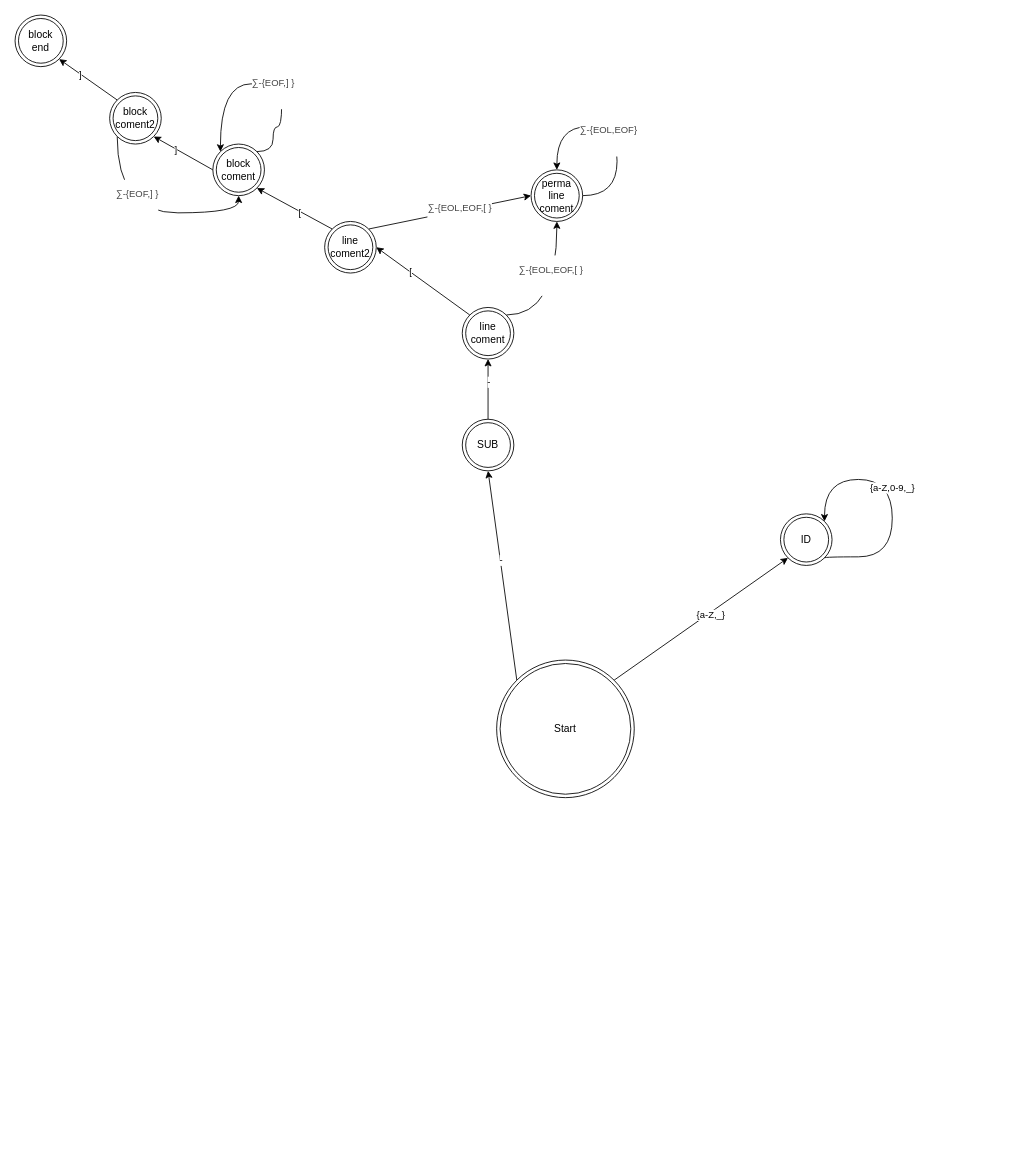
JakubKomar/Prekladac-jazyka-teal keeps this draw.io diagram as doc/scaner.drawio. Above is the earlier version. Source tidied: cells renumbered, new cells numbered last; positions are measured from the earlier drawing's top-left corner, leaving out a move shared by most shapes. Both pictures are drawn from the tidied source at 86%, with x=0, y=0 at pixel (15, 15).
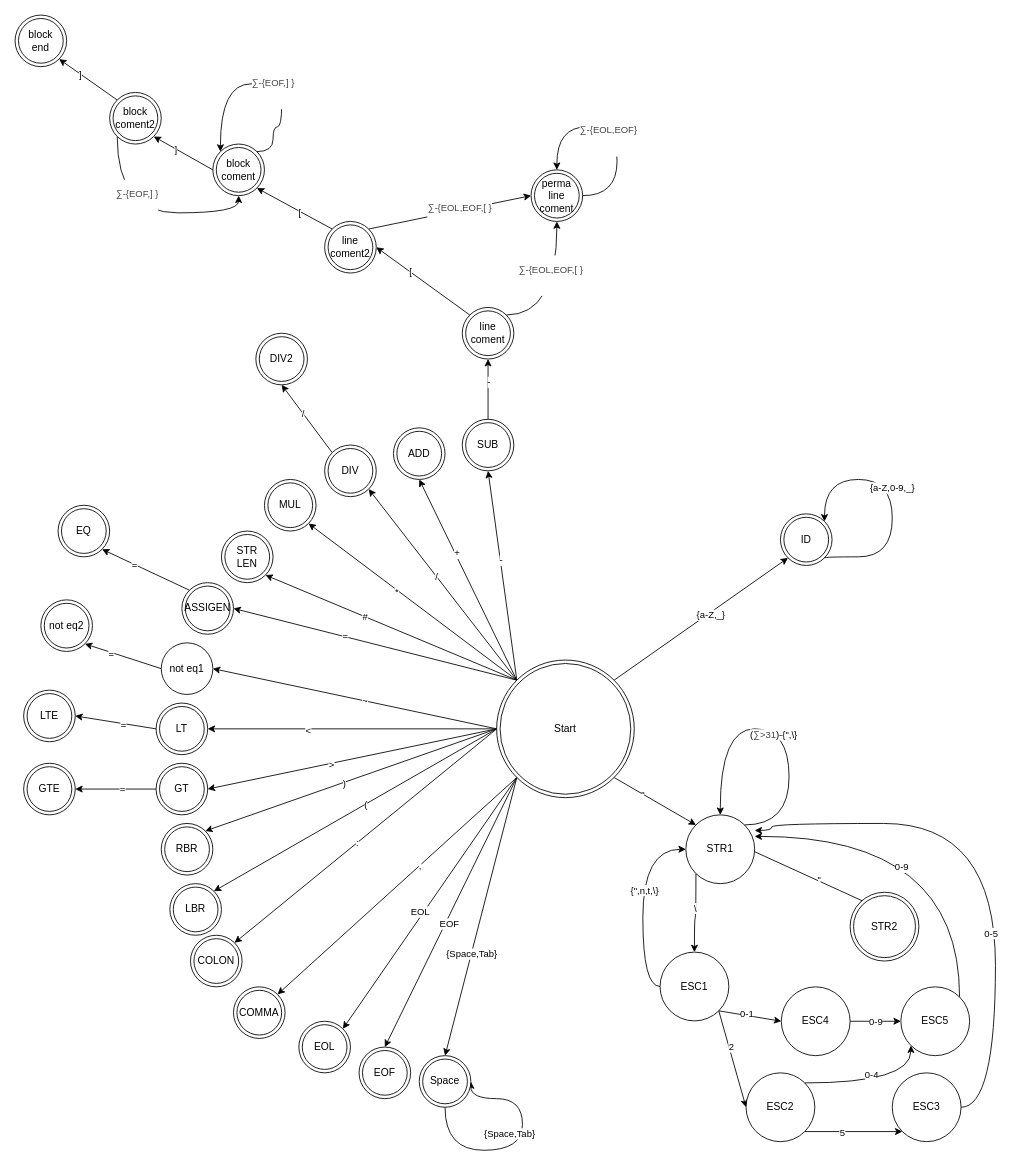
The same page after the edit.

The change refers to these unchanged cells:
```xml
<mxCell id="6" value="Start" style="ellipse;shape=doubleEllipse;whiteSpace=wrap;html=1;" parent="1" vertex="1">
  <mxGeometry x="560" y="750" width="160" height="160" as="geometry" />
</mxCell>
```

The edit, as a diff of the source:
```diff
@@
+    <mxCell id="38" style="edgeStyle=none;rounded=0;jettySize=auto;html=1;exitX=0;exitY=0;exitDx=0;exitDy=0;entryX=0.5;entryY=1;entryDx=0;entryDy=0;" parent="1" edge="1" source="6" target="71">
+      <mxGeometry relative="1" as="geometry" />
+    </mxCell>
+    <mxCell id="39" value="+" style="edgeLabel;html=1;align=center;verticalAlign=middle;" parent="38" vertex="1">
+      <mxGeometry x="0.26" y="-2" relative="1" as="geometry" />
+    </mxCell>
+    <mxCell id="40" style="edgeStyle=none;rounded=0;jettySize=auto;html=1;exitX=0;exitY=0;exitDx=0;exitDy=0;entryX=1;entryY=1;entryDx=0;entryDy=0;" parent="1" edge="1" source="6" target="74">
+      <mxGeometry relative="1" as="geometry" />
+    </mxCell>
+    <mxCell id="41" value="/" style="edgeLabel;html=1;align=center;verticalAlign=middle;" parent="40" vertex="1">
+      <mxGeometry x="0.09" relative="1" as="geometry" />
+    </mxCell>
+    <mxCell id="42" style="edgeStyle=none;rounded=0;jettySize=auto;html=1;exitX=0;exitY=0;exitDx=0;exitDy=0;entryX=1;entryY=1;entryDx=0;entryDy=0;" parent="1" edge="1" source="6" target="75">
+      <mxGeometry relative="1" as="geometry" />
+    </mxCell>
+    <mxCell id="43" value="*" style="edgeLabel;html=1;align=center;verticalAlign=middle;" parent="42" vertex="1">
+      <mxGeometry x="0.15" y="2" relative="1" as="geometry" />
+    </mxCell>
+    <mxCell id="44" style="edgeStyle=none;rounded=0;jettySize=auto;html=1;exitX=0;exitY=0;exitDx=0;exitDy=0;entryX=1;entryY=1;entryDx=0;entryDy=0;" parent="1" edge="1" source="6" target="76">
+      <mxGeometry relative="1" as="geometry" />
+    </mxCell>
+    <mxCell id="45" style="edgeLabel;html=1;align=center;verticalAlign=middle;" parent="44" vertex="1">
+      <mxGeometry x="0.11" y="1" relative="1" as="geometry" />
+    </mxCell>
+    <mxCell id="46" value="#" style="edgeLabel;html=1;align=center;verticalAlign=middle;" parent="44" vertex="1">
+      <mxGeometry x="0.21" relative="1" as="geometry" />
+    </mxCell>
+    <mxCell id="47" style="edgeStyle=none;rounded=0;jettySize=auto;html=1;exitX=0;exitY=0;exitDx=0;exitDy=0;entryX=1;entryY=0.5;entryDx=0;entryDy=0;" parent="1" edge="1" source="6" target="79">
+      <mxGeometry relative="1" as="geometry" />
+    </mxCell>
+    <mxCell id="48" value="=" style="edgeLabel;html=1;align=center;verticalAlign=middle;" parent="47" vertex="1">
+      <mxGeometry x="0.21" y="-1" relative="1" as="geometry" />
+    </mxCell>
+    <mxCell id="49" style="edgeStyle=none;rounded=0;jettySize=auto;html=1;exitX=0;exitY=0.5;exitDx=0;exitDy=0;entryX=1;entryY=0.5;entryDx=0;entryDy=0;" parent="1" edge="1" source="6" target="83">
+      <mxGeometry relative="1" as="geometry" />
+    </mxCell>
+    <mxCell id="50" value="~" style="edgeLabel;html=1;align=center;verticalAlign=middle;" parent="49" vertex="1">
+      <mxGeometry x="-0.07" relative="1" as="geometry" />
+    </mxCell>
+    <mxCell id="51" style="edgeStyle=none;rounded=0;jettySize=auto;html=1;exitX=0;exitY=0.5;exitDx=0;exitDy=0;entryX=1;entryY=0.5;entryDx=0;entryDy=0;" parent="1" edge="1" source="6" target="87">
+      <mxGeometry relative="1" as="geometry" />
+    </mxCell>
+    <mxCell id="52" value="&amp;lt;" style="edgeLabel;html=1;align=center;verticalAlign=middle;" parent="51" vertex="1">
+      <mxGeometry x="0.31" y="2" relative="1" as="geometry" />
+    </mxCell>
+    <mxCell id="53" style="edgeStyle=none;rounded=0;jettySize=auto;html=1;exitX=0;exitY=0.5;exitDx=0;exitDy=0;entryX=1;entryY=0.5;entryDx=0;entryDy=0;" parent="1" edge="1" source="6" target="90">
+      <mxGeometry relative="1" as="geometry" />
+    </mxCell>
+    <mxCell id="54" value="&amp;gt;" style="edgeLabel;html=1;align=center;verticalAlign=middle;" parent="53" vertex="1">
+      <mxGeometry x="0.15" y="1" relative="1" as="geometry" />
+    </mxCell>
+    <mxCell id="55" style="edgeStyle=none;rounded=0;jettySize=auto;html=1;exitX=0;exitY=0.5;exitDx=0;exitDy=0;entryX=1;entryY=0;entryDx=0;entryDy=0;" parent="1" edge="1" source="6" target="95">
+      <mxGeometry relative="1" as="geometry" />
+    </mxCell>
+    <mxCell id="56" value=")" style="edgeLabel;html=1;align=center;verticalAlign=middle;" parent="55" vertex="1">
+      <mxGeometry x="0.05" y="1" relative="1" as="geometry" />
+    </mxCell>
+    <mxCell id="57" style="edgeStyle=none;rounded=0;jettySize=auto;html=1;exitX=0;exitY=0.5;exitDx=0;exitDy=0;entryX=1;entryY=0;entryDx=0;entryDy=0;" parent="1" edge="1" source="6" target="94">
+      <mxGeometry relative="1" as="geometry" />
+    </mxCell>
+    <mxCell id="58" value="(" style="edgeLabel;html=1;align=center;verticalAlign=middle;" parent="57" vertex="1">
+      <mxGeometry x="-0.07" y="1" relative="1" as="geometry" />
+    </mxCell>
+    <mxCell id="59" style="edgeStyle=none;rounded=0;jettySize=auto;html=1;exitX=0;exitY=0.5;exitDx=0;exitDy=0;entryX=1;entryY=0;entryDx=0;entryDy=0;" parent="1" edge="1" source="6" target="96">
+      <mxGeometry relative="1" as="geometry" />
+    </mxCell>
+    <mxCell id="60" value=":" style="edgeLabel;html=1;align=center;verticalAlign=middle;" parent="59" vertex="1">
+      <mxGeometry x="0.07" relative="1" as="geometry" />
+    </mxCell>
+    <mxCell id="61" style="edgeStyle=none;rounded=0;jettySize=auto;html=1;exitX=0;exitY=1;exitDx=0;exitDy=0;entryX=1;entryY=0;entryDx=0;entryDy=0;" parent="1" edge="1" source="6" target="97">
+      <mxGeometry relative="1" as="geometry" />
+    </mxCell>
+    <mxCell id="62" value="," style="edgeLabel;html=1;align=center;verticalAlign=middle;" parent="61" vertex="1">
+      <mxGeometry x="-0.19" relative="1" as="geometry" />
+    </mxCell>
+    <mxCell id="63" style="edgeStyle=none;rounded=0;jettySize=auto;html=1;exitX=0;exitY=1;exitDx=0;exitDy=0;entryX=1;entryY=0;entryDx=0;entryDy=0;" parent="1" edge="1" source="6" target="98">
+      <mxGeometry relative="1" as="geometry" />
+    </mxCell>
+    <mxCell id="64" value="EOL" style="edgeLabel;html=1;align=center;verticalAlign=middle;" parent="63" vertex="1">
+      <mxGeometry x="0.08" y="-4" relative="1" as="geometry" />
+    </mxCell>
+    <mxCell id="65" style="edgeStyle=none;rounded=0;jettySize=auto;html=1;exitX=0;exitY=1;exitDx=0;exitDy=0;entryX=0.5;entryY=0;entryDx=0;entryDy=0;" parent="1" edge="1" source="6" target="99">
+      <mxGeometry relative="1" as="geometry" />
+    </mxCell>
+    <mxCell id="66" value="EOF" style="edgeLabel;html=1;align=center;verticalAlign=middle;" parent="65" vertex="1">
+      <mxGeometry x="0.07" y="4" relative="1" as="geometry" />
+    </mxCell>
+    <mxCell id="67" style="edgeStyle=none;rounded=0;jettySize=auto;html=1;exitX=0;exitY=1;exitDx=0;exitDy=0;entryX=0.5;entryY=0;entryDx=0;entryDy=0;" parent="1" edge="1" source="6" target="102">
+      <mxGeometry relative="1" as="geometry" />
+    </mxCell>
+    <mxCell id="68" value="{Space,Tab}" style="edgeLabel;html=1;align=center;verticalAlign=middle;" parent="67" vertex="1">
+      <mxGeometry x="0.27" relative="1" as="geometry" />
+    </mxCell>
+    <mxCell id="69" style="edgeStyle=none;rounded=0;jettySize=auto;html=1;exitX=1;exitY=1;exitDx=0;exitDy=0;entryX=0;entryY=0;entryDx=0;entryDy=0;" parent="1" edge="1" source="6" target="107">
+      <mxGeometry relative="1" as="geometry" />
+    </mxCell>
+    <mxCell id="70" value="&quot;" style="edgeLabel;html=1;align=center;verticalAlign=middle;" parent="69" vertex="1">
+      <mxGeometry x="-0.29" y="-1" relative="1" as="geometry" />
+    </mxCell>
@@
+    <mxCell id="71" value="ADD" style="ellipse;shape=doubleEllipse;whiteSpace=wrap;html=1;" parent="1" vertex="1">
+      <mxGeometry x="440" y="480" width="60" height="60" as="geometry" />
+    </mxCell>
+    <mxCell id="72" style="edgeStyle=none;rounded=0;jettySize=auto;html=1;exitX=0;exitY=0;exitDx=0;exitDy=0;entryX=0.5;entryY=1;entryDx=0;entryDy=0;" parent="1" edge="1" source="74" target="93">
+      <mxGeometry relative="1" as="geometry" />
+    </mxCell>
+    <mxCell id="73" value="/" style="edgeLabel;html=1;align=center;verticalAlign=middle;" parent="72" vertex="1">
+      <mxGeometry x="0.15" relative="1" as="geometry" />
+    </mxCell>
+    <mxCell id="74" value="DIV" style="ellipse;shape=doubleEllipse;whiteSpace=wrap;html=1;" parent="1" vertex="1">
+      <mxGeometry x="360" y="500" width="60" height="60" as="geometry" />
+    </mxCell>
+    <mxCell id="75" value="MUL" style="ellipse;shape=doubleEllipse;whiteSpace=wrap;html=1;" parent="1" vertex="1">
+      <mxGeometry x="290" y="540" width="60" height="60" as="geometry" />
+    </mxCell>
+    <mxCell id="76" value="STR&lt;br&gt;LEN" style="ellipse;shape=doubleEllipse;whiteSpace=wrap;html=1;" parent="1" vertex="1">
+      <mxGeometry x="240" y="600" width="60" height="60" as="geometry" />
+    </mxCell>
+    <mxCell id="77" style="edgeStyle=none;rounded=0;jettySize=auto;html=1;exitX=0;exitY=0;exitDx=0;exitDy=0;entryX=1;entryY=1;entryDx=0;entryDy=0;" parent="1" edge="1" source="79" target="80">
+      <mxGeometry relative="1" as="geometry" />
+    </mxCell>
+    <mxCell id="78" value="=" style="edgeLabel;html=1;align=center;verticalAlign=middle;" parent="77" vertex="1">
+      <mxGeometry x="0.27" y="1" relative="1" as="geometry" />
+    </mxCell>
+    <mxCell id="79" value="ASSIGEN" style="ellipse;shape=doubleEllipse;whiteSpace=wrap;html=1;" parent="1" vertex="1">
+      <mxGeometry x="194" y="660" width="60" height="60" as="geometry" />
+    </mxCell>
+    <mxCell id="80" value="EQ" style="ellipse;shape=doubleEllipse;whiteSpace=wrap;html=1;" parent="1" vertex="1">
+      <mxGeometry x="50" y="570" width="60" height="60" as="geometry" />
+    </mxCell>
+    <mxCell id="81" style="edgeStyle=none;rounded=0;jettySize=auto;html=1;exitX=0;exitY=0.5;exitDx=0;exitDy=0;entryX=1;entryY=1;entryDx=0;entryDy=0;" parent="1" edge="1" source="83" target="84">
+      <mxGeometry relative="1" as="geometry" />
+    </mxCell>
+    <mxCell id="82" value="=" style="edgeLabel;html=1;align=center;verticalAlign=middle;" parent="81" vertex="1">
+      <mxGeometry x="0.3" y="1" relative="1" as="geometry" />
+    </mxCell>
+    <mxCell id="83" value="not eq1" style="ellipse;whiteSpace=wrap;html=1;" parent="1" vertex="1">
+      <mxGeometry x="170" y="730" width="60" height="60" as="geometry" />
+    </mxCell>
+    <mxCell id="84" value="not eq2" style="ellipse;shape=doubleEllipse;whiteSpace=wrap;html=1;" parent="1" vertex="1">
+      <mxGeometry x="30" y="680" width="60" height="60" as="geometry" />
+    </mxCell>
+    <mxCell id="85" style="edgeStyle=none;rounded=0;jettySize=auto;html=1;exitX=0;exitY=0.5;exitDx=0;exitDy=0;entryX=1;entryY=0.5;entryDx=0;entryDy=0;" parent="1" edge="1" source="87" target="92">
+      <mxGeometry relative="1" as="geometry" />
+    </mxCell>
+    <mxCell id="86" value="=" style="edgeLabel;html=1;align=center;verticalAlign=middle;" parent="85" vertex="1">
+      <mxGeometry x="-0.19" y="2" relative="1" as="geometry" />
+    </mxCell>
+    <mxCell id="87" value="LT" style="ellipse;shape=doubleEllipse;whiteSpace=wrap;html=1;" parent="1" vertex="1">
+      <mxGeometry x="164" y="800" width="60" height="60" as="geometry" />
+    </mxCell>
+    <mxCell id="88" style="edgeStyle=none;rounded=0;jettySize=auto;html=1;exitX=0;exitY=0.5;exitDx=0;exitDy=0;entryX=1;entryY=0.5;entryDx=0;entryDy=0;" parent="1" edge="1" source="90" target="91">
+      <mxGeometry relative="1" as="geometry" />
+    </mxCell>
+    <mxCell id="89" value="=" style="edgeLabel;html=1;align=center;verticalAlign=middle;" parent="88" vertex="1">
+      <mxGeometry x="-0.15" y="-1" relative="1" as="geometry" />
+    </mxCell>
+    <mxCell id="90" value="GT" style="ellipse;shape=doubleEllipse;whiteSpace=wrap;html=1;" parent="1" vertex="1">
+      <mxGeometry x="164" y="870" width="60" height="60" as="geometry" />
+    </mxCell>
+    <mxCell id="91" value="GTE" style="ellipse;shape=doubleEllipse;whiteSpace=wrap;html=1;" parent="1" vertex="1">
+      <mxGeometry x="10" y="870" width="60" height="60" as="geometry" />
+    </mxCell>
+    <mxCell id="92" value="LTE" style="ellipse;shape=doubleEllipse;whiteSpace=wrap;html=1;" parent="1" vertex="1">
+      <mxGeometry x="10" y="785" width="60" height="60" as="geometry" />
+    </mxCell>
+    <mxCell id="93" value="DIV2" style="ellipse;shape=doubleEllipse;whiteSpace=wrap;html=1;" parent="1" vertex="1">
+      <mxGeometry x="280" y="370" width="60" height="60" as="geometry" />
+    </mxCell>
+    <mxCell id="94" value="LBR" style="ellipse;shape=doubleEllipse;whiteSpace=wrap;html=1;" parent="1" vertex="1">
+      <mxGeometry x="180" y="1010" width="60" height="60" as="geometry" />
+    </mxCell>
+    <mxCell id="95" value="RBR" style="ellipse;shape=doubleEllipse;whiteSpace=wrap;html=1;" parent="1" vertex="1">
+      <mxGeometry x="170" y="940" width="60" height="60" as="geometry" />
+    </mxCell>
+    <mxCell id="96" value="COLON" style="ellipse;shape=doubleEllipse;whiteSpace=wrap;html=1;" parent="1" vertex="1">
+      <mxGeometry x="204" y="1070" width="60" height="60" as="geometry" />
+    </mxCell>
+    <mxCell id="97" value="COMMA" style="ellipse;shape=doubleEllipse;whiteSpace=wrap;html=1;" parent="1" vertex="1">
+      <mxGeometry x="254" y="1130" width="60" height="60" as="geometry" />
+    </mxCell>
+    <mxCell id="98" value="EOL" style="ellipse;shape=doubleEllipse;whiteSpace=wrap;html=1;" parent="1" vertex="1">
+      <mxGeometry x="330" y="1170" width="60" height="60" as="geometry" />
+    </mxCell>
+    <mxCell id="99" value="EOF" style="ellipse;shape=doubleEllipse;whiteSpace=wrap;html=1;" parent="1" vertex="1">
+      <mxGeometry x="400" y="1200" width="60" height="60" as="geometry" />
+    </mxCell>
+    <mxCell id="100" style="edgeStyle=orthogonalEdgeStyle;orthogonalLoop=1;jettySize=auto;html=1;exitX=0.5;exitY=1;exitDx=0;exitDy=0;entryX=1;entryY=0.5;entryDx=0;entryDy=0;curved=1;" parent="1" edge="1" source="102" target="102">
+      <mxGeometry relative="1" as="geometry">
+        <Array as="points">
+          <mxPoint x="500" y="1320" />
+          <mxPoint x="590" y="1320" />
+          <mxPoint x="590" y="1260" />
+          <mxPoint x="530" y="1260" />
+        </Array>
+      </mxGeometry>
+    </mxCell>
+    <mxCell id="101" value="{Space,Tab}" style="edgeLabel;html=1;align=center;verticalAlign=middle;" parent="100" vertex="1">
+      <mxGeometry x="-0.26" y="3" relative="1" as="geometry">
+        <mxPoint x="20.8" y="-17" as="offset" />
+      </mxGeometry>
+    </mxCell>
+    <mxCell id="102" value="Space" style="ellipse;shape=doubleEllipse;whiteSpace=wrap;html=1;" parent="1" vertex="1">
+      <mxGeometry x="470" y="1210" width="60" height="60" as="geometry" />
+    </mxCell>
+    <mxCell id="103" style="edgeStyle=none;curved=1;jettySize=auto;html=1;exitX=0;exitY=0;exitDx=0;exitDy=0;entryX=1;entryY=0.5;entryDx=0;entryDy=0;" parent="1" edge="1" source="107" target="108">
+      <mxGeometry relative="1" as="geometry" />
+    </mxCell>
+    <mxCell id="104" value="&quot;" style="edgeLabel;html=1;align=center;verticalAlign=middle;" parent="103" vertex="1">
+      <mxGeometry x="0.1" y="1" relative="1" as="geometry" />
+    </mxCell>
+    <mxCell id="105" style="edgeStyle=orthogonalEdgeStyle;curved=1;rounded=0;jettySize=auto;html=1;exitX=0;exitY=1;exitDx=0;exitDy=0;" parent="1" edge="1" source="107" target="117">
+      <mxGeometry relative="1" as="geometry" />
+    </mxCell>
+    <mxCell id="106" value="\" style="edgeLabel;html=1;align=center;verticalAlign=middle;" parent="105" vertex="1">
+      <mxGeometry x="-0.15" y="-1" relative="1" as="geometry" />
+    </mxCell>
+    <mxCell id="107" value="STR1" style="ellipse;whiteSpace=wrap;html=1;" parent="1" vertex="1">
+      <mxGeometry x="780" y="930" width="80" height="80" as="geometry" />
+    </mxCell>
+    <mxCell id="108" value="STR2" style="ellipse;shape=doubleEllipse;whiteSpace=wrap;html=1;" parent="1" vertex="1">
+      <mxGeometry x="971" y="1020" width="80" height="80" as="geometry" />
+    </mxCell>
+    <mxCell id="109" style="edgeStyle=orthogonalEdgeStyle;rounded=0;orthogonalLoop=1;jettySize=auto;html=1;exitX=1;exitY=0;exitDx=0;exitDy=0;entryX=0.5;entryY=0;entryDx=0;entryDy=0;curved=1;" parent="1" edge="1" source="107" target="107">
+      <mxGeometry relative="1" as="geometry">
+        <Array as="points">
+          <mxPoint x="900" y="942" />
+          <mxPoint x="900" y="830" />
+          <mxPoint x="820" y="830" />
+        </Array>
+      </mxGeometry>
+    </mxCell>
+    <mxCell id="110" value="(&lt;span style=&quot;color: rgb(68 , 68 , 68) ; font-family: &amp;#34;ubuntu&amp;#34; , &amp;#34;helvetica&amp;#34; , &amp;#34;arial&amp;#34; , sans-serif&quot;&gt;∑&amp;gt;31&lt;/span&gt;)-{&quot;,\}" style="edgeLabel;html=1;align=center;verticalAlign=middle;" parent="109" vertex="1">
+      <mxGeometry x="0.06" y="6" relative="1" as="geometry" />
+    </mxCell>
+    <mxCell id="111" style="edgeStyle=orthogonalEdgeStyle;curved=1;rounded=0;jettySize=auto;html=1;exitX=0;exitY=0.5;exitDx=0;exitDy=0;entryX=0;entryY=0.5;entryDx=0;entryDy=0;" parent="1" edge="1" source="117" target="107">
+      <mxGeometry relative="1" as="geometry" />
+    </mxCell>
+    <mxCell id="112" value="{&quot;,n,t,\}" style="edgeLabel;html=1;align=center;verticalAlign=middle;" parent="111" vertex="1">
+      <mxGeometry x="0.15" y="-1" relative="1" as="geometry" />
+    </mxCell>
+    <mxCell id="113" style="rounded=0;jettySize=auto;html=1;exitX=1;exitY=1;exitDx=0;exitDy=0;entryX=0;entryY=0.5;entryDx=0;entryDy=0;" parent="1" edge="1" source="117" target="122">
+      <mxGeometry relative="1" as="geometry" />
+    </mxCell>
+    <mxCell id="114" value="2" style="edgeLabel;html=1;align=center;verticalAlign=middle;" parent="113" vertex="1">
+      <mxGeometry x="-0.24" y="2" relative="1" as="geometry" />
+    </mxCell>
+    <mxCell id="115" style="rounded=0;jettySize=auto;html=1;exitX=1;exitY=1;exitDx=0;exitDy=0;entryX=0;entryY=0.5;entryDx=0;entryDy=0;" parent="1" edge="1" source="117" target="128">
+      <mxGeometry relative="1" as="geometry" />
+    </mxCell>
+    <mxCell id="116" value="0-1" style="edgeLabel;html=1;align=center;verticalAlign=middle;" parent="115" vertex="1">
+      <mxGeometry x="-0.3" y="4" relative="1" as="geometry">
+        <mxPoint x="6" y="2" as="offset" />
+      </mxGeometry>
+    </mxCell>
+    <mxCell id="117" value="ESC1" style="ellipse;whiteSpace=wrap;html=1;" parent="1" vertex="1">
+      <mxGeometry x="750" y="1089.6" width="80" height="80" as="geometry" />
+    </mxCell>
+    <mxCell id="118" style="edgeStyle=none;rounded=0;jettySize=auto;html=1;exitX=1;exitY=1;exitDx=0;exitDy=0;entryX=0;entryY=1;entryDx=0;entryDy=0;" parent="1" edge="1" source="122" target="125">
+      <mxGeometry relative="1" as="geometry" />
+    </mxCell>
+    <mxCell id="119" value="5" style="edgeLabel;html=1;align=center;verticalAlign=middle;" parent="118" vertex="1">
+      <mxGeometry x="-0.24" y="-1" relative="1" as="geometry" />
+    </mxCell>
+    <mxCell id="120" style="edgeStyle=orthogonalEdgeStyle;curved=1;rounded=0;jettySize=auto;html=1;exitX=1;exitY=0;exitDx=0;exitDy=0;entryX=0;entryY=1;entryDx=0;entryDy=0;" parent="1" edge="1" source="122" target="131">
+      <mxGeometry relative="1" as="geometry" />
+    </mxCell>
+    <mxCell id="121" value="0-4" style="edgeLabel;html=1;align=center;verticalAlign=middle;" parent="120" vertex="1">
+      <mxGeometry x="-0.08" y="9" relative="1" as="geometry" />
+    </mxCell>
+    <mxCell id="122" value="ESC2" style="ellipse;whiteSpace=wrap;html=1;" parent="1" vertex="1">
+      <mxGeometry x="850" y="1230" width="80" height="80" as="geometry" />
+    </mxCell>
+    <mxCell id="123" style="edgeStyle=orthogonalEdgeStyle;curved=1;rounded=0;jettySize=auto;html=1;exitX=1;exitY=0.5;exitDx=0;exitDy=0;entryX=1;entryY=0.226;entryDx=0;entryDy=0;entryPerimeter=0;" parent="1" edge="1" source="125" target="107">
+      <mxGeometry relative="1" as="geometry">
+        <Array as="points">
+          <mxPoint x="1140" y="1270" />
+          <mxPoint x="1140" y="940" />
+          <mxPoint x="880" y="940" />
+          <mxPoint x="880" y="948" />
+        </Array>
+      </mxGeometry>
+    </mxCell>
+    <mxCell id="124" value="0-5" style="edgeLabel;html=1;align=center;verticalAlign=middle;" parent="123" vertex="1">
+      <mxGeometry x="-0.26" y="6" relative="1" as="geometry" />
+    </mxCell>
+    <mxCell id="125" value="ESC3" style="ellipse;whiteSpace=wrap;html=1;" parent="1" vertex="1">
+      <mxGeometry x="1020" y="1230" width="80" height="80" as="geometry" />
+    </mxCell>
+    <mxCell id="126" style="edgeStyle=none;rounded=0;jettySize=auto;html=1;exitX=1;exitY=0.5;exitDx=0;exitDy=0;entryX=0;entryY=0.5;entryDx=0;entryDy=0;" parent="1" edge="1" source="128" target="131">
+      <mxGeometry relative="1" as="geometry" />
+    </mxCell>
+    <mxCell id="127" value="0-9" style="edgeLabel;html=1;align=center;verticalAlign=middle;" parent="126" vertex="1">
+      <mxGeometry x="-0.32" y="-2" relative="1" as="geometry">
+        <mxPoint x="9" y="-2" as="offset" />
+      </mxGeometry>
+    </mxCell>
+    <mxCell id="128" value="ESC4" style="ellipse;whiteSpace=wrap;html=1;" parent="1" vertex="1">
+      <mxGeometry x="891" y="1130" width="80" height="80" as="geometry" />
+    </mxCell>
+    <mxCell id="129" style="edgeStyle=orthogonalEdgeStyle;rounded=0;jettySize=auto;html=1;exitX=1;exitY=0;exitDx=0;exitDy=0;entryX=1;entryY=0.313;entryDx=0;entryDy=0;entryPerimeter=0;curved=1;" parent="1" edge="1" source="131" target="107">
+      <mxGeometry relative="1" as="geometry">
+        <Array as="points">
+          <mxPoint x="1098" y="955" />
+        </Array>
+      </mxGeometry>
+    </mxCell>
+    <mxCell id="130" value="0-9" style="edgeLabel;html=1;align=center;verticalAlign=middle;" parent="129" vertex="1">
+      <mxGeometry x="0.2" y="35" relative="1" as="geometry" />
+    </mxCell>
+    <mxCell id="131" value="ESC5" style="ellipse;whiteSpace=wrap;html=1;" parent="1" vertex="1">
+      <mxGeometry x="1030" y="1130" width="80" height="80" as="geometry" />
+    </mxCell>
```
